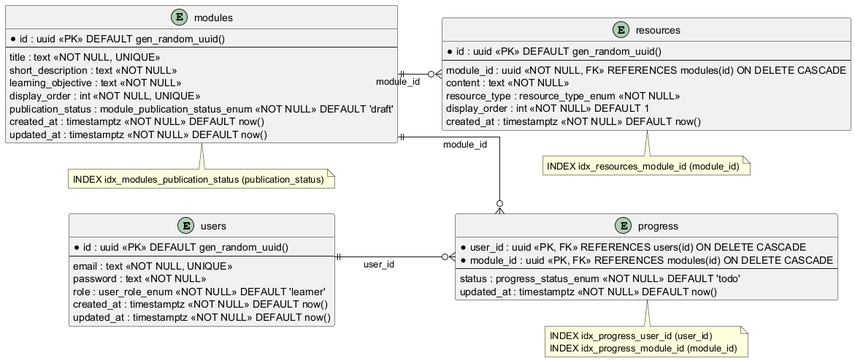
Khadija-diop/Projet-chef-d-uvre-MicroSaaS keeps this PlantUML diagram as docs/diagrams/mpd.png. Above is the earlier version. Its source is kept beside it as docs/diagrams/mpd.puml.
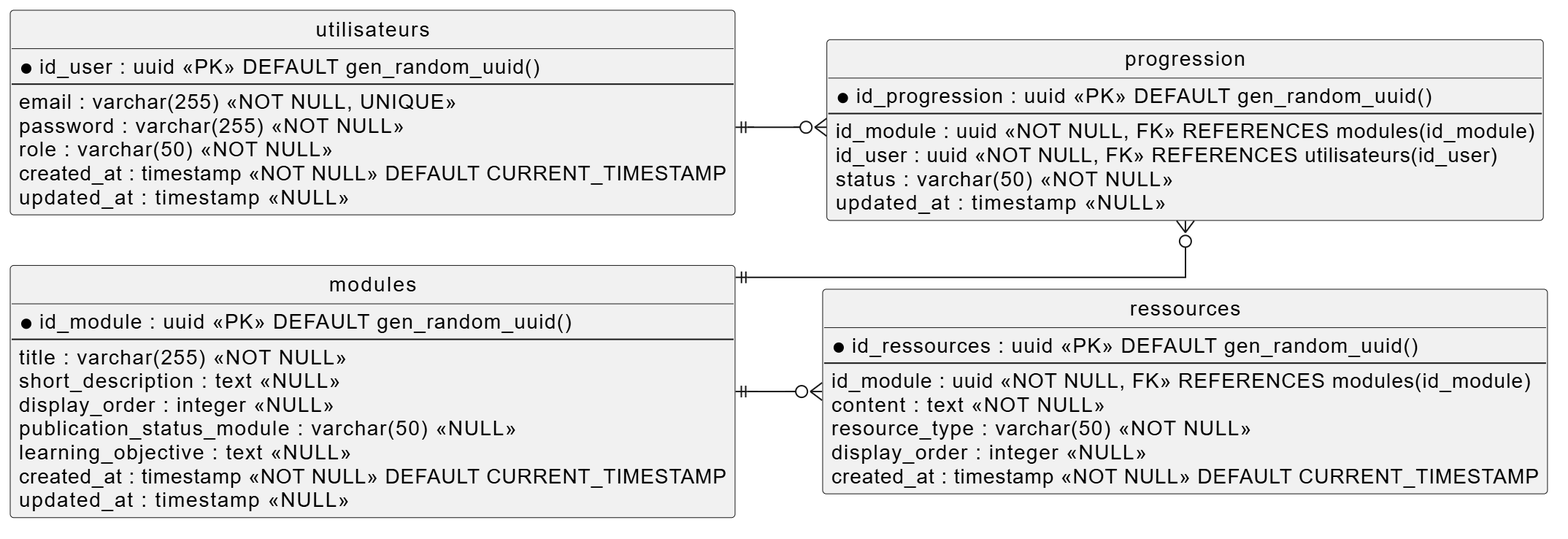
The same diagram one commit later.

What changed in the source:
```diff
@@ -1,64 +1,59 @@
 @startuml
 left to right direction
+skinparam classic true
 skinparam shadowing false
 skinparam linetype ortho
+hide circle
+
+skinparam entity {
+  BackgroundColor #F7F7F7
+  BorderColor #808080
+}
 
 
-entity "users" as users {
-  * id : uuid <<PK>> DEFAULT gen_random_uuid()
+entity "utilisateurs" as utilisateurs {
+  * id_user : uuid <<PK>> DEFAULT gen_random_uuid()
   --
-  email : text <<NOT NULL, UNIQUE>>
-  password : text <<NOT NULL>>
-  role : user_role_enum <<NOT NULL>> DEFAULT 'learner'
-  created_at : timestamptz <<NOT NULL>> DEFAULT now()
-  updated_at : timestamptz <<NOT NULL>> DEFAULT now()
+  email : varchar(255) <<NOT NULL, UNIQUE>>
+  password : varchar(255) <<NOT NULL>>
+  role : varchar(50) <<NOT NULL>>
+  created_at : timestamp <<NOT NULL>> DEFAULT CURRENT_TIMESTAMP
+  updated_at : timestamp <<NULL>>
 }
 
 entity "modules" as modules {
-  * id : uuid <<PK>> DEFAULT gen_random_uuid()
+  * id_module : uuid <<PK>> DEFAULT gen_random_uuid()
   --
-  title : text <<NOT NULL, UNIQUE>>
-  short_description : text <<NOT NULL>>
-  learning_objective : text <<NOT NULL>>
-  display_order : int <<NOT NULL, UNIQUE>>
-  publication_status : module_publication_status_enum <<NOT NULL>> DEFAULT 'draft'
-  created_at : timestamptz <<NOT NULL>> DEFAULT now()
-  updated_at : timestamptz <<NOT NULL>> DEFAULT now()
+  title : varchar(255) <<NOT NULL>>
+  short_description : text <<NULL>>
+  display_order : integer <<NULL>>
+  publication_status_module : varchar(50) <<NULL>>
+  learning_objective : text <<NULL>>
+  created_at : timestamp <<NOT NULL>> DEFAULT CURRENT_TIMESTAMP
+  updated_at : timestamp <<NULL>>
 }
 
-entity "resources" as resources {
-  * id : uuid <<PK>> DEFAULT gen_random_uuid()
+entity "ressources" as ressources {
+  * id_ressources : uuid <<PK>> DEFAULT gen_random_uuid()
   --
-  module_id : uuid <<NOT NULL, FK>> REFERENCES modules(id) ON DELETE CASCADE
+  id_module : uuid <<NOT NULL, FK>> REFERENCES modules(id_module)
   content : text <<NOT NULL>>
-  resource_type : resource_type_enum <<NOT NULL>>
-  display_order : int <<NOT NULL>> DEFAULT 1
-  created_at : timestamptz <<NOT NULL>> DEFAULT now()
+  resource_type : varchar(50) <<NOT NULL>>
+  display_order : integer <<NULL>>
+  created_at : timestamp <<NOT NULL>> DEFAULT CURRENT_TIMESTAMP
 }
 
-entity "progress" as progress {
-  * user_id : uuid <<PK, FK>> REFERENCES users(id) ON DELETE CASCADE
-  * module_id : uuid <<PK, FK>> REFERENCES modules(id) ON DELETE CASCADE
+entity "progression" as progression {
+  * id_progression : uuid <<PK>> DEFAULT gen_random_uuid()
   --
-  status : progress_status_enum <<NOT NULL>> DEFAULT 'todo'
-  updated_at : timestamptz <<NOT NULL>> DEFAULT now()
+  id_module : uuid <<NOT NULL, FK>> REFERENCES modules(id_module)
+  id_user : uuid <<NOT NULL, FK>> REFERENCES utilisateurs(id_user)
+  status : varchar(50) <<NOT NULL>>
+  updated_at : timestamp <<NULL>>
 }
 
-note bottom of resources
-  INDEX idx_resources_module_id (module_id)
-end note
-
-note bottom of progress
-  INDEX idx_progress_user_id (user_id)
-  INDEX idx_progress_module_id (module_id)
-end note
-
-note bottom of modules
-  INDEX idx_modules_publication_status (publication_status)
-end note
-
-users ||--o{ progress : user_id
-modules ||--o{ progress : module_id
-modules ||--o{ resources : module_id
+utilisateurs ||--o{ progression
+modules ||--o{ progression
+modules ||--o{ ressources
 
 @enduml
```
